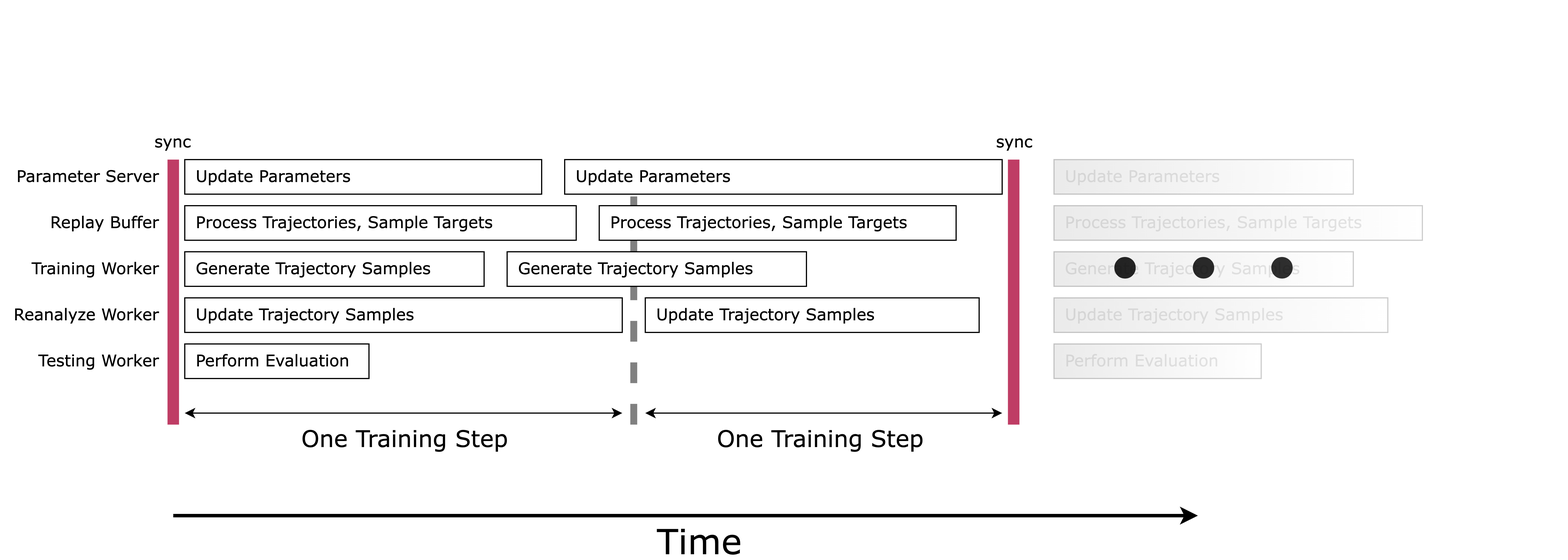
Before: assets/training_step.png, a diagram exported from draw.io (uduse/moozi-thesis). Source tidied: cells renumbered, new cells last; positions are measured from the earlier drawing's top-left corner, leaving out a move shared by most shapes.
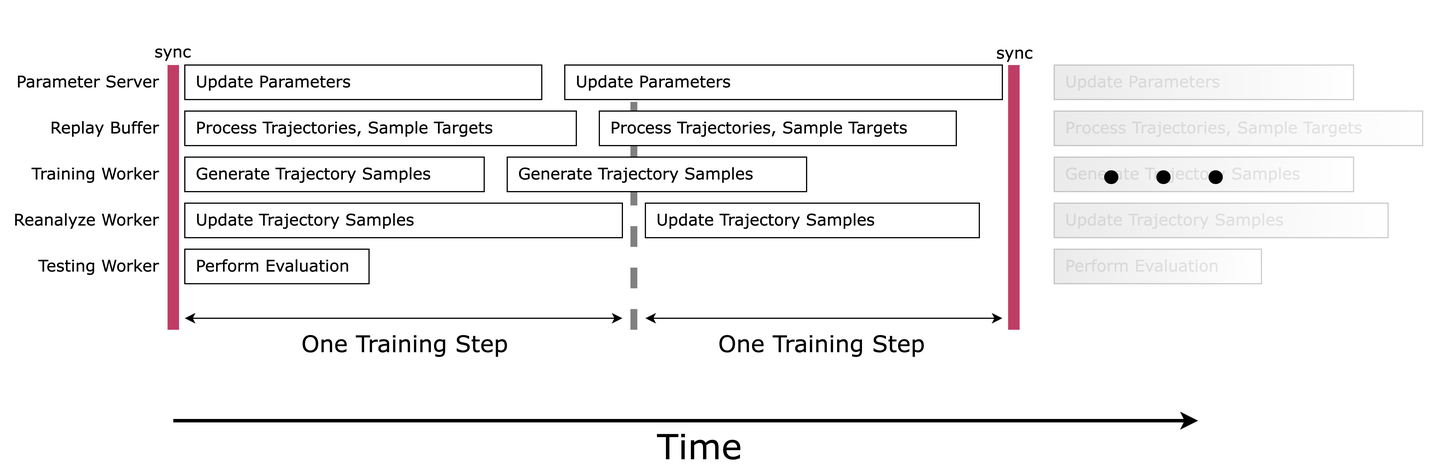
After the change.

Diff of the diagram source:
```diff
@@ -90,19 +90,13 @@
       </mxGeometry>
     </mxCell>
     <mxCell id="24" value="sync" style="text;html=1;strokeColor=none;fillColor=none;align=center;verticalAlign=middle;whiteSpace=wrap;rounded=0;fontFamily=Verdana;fontSize=14;fontStyle=0;" parent="1" vertex="1">
-      <mxGeometry x="130" width="40" height="30" as="geometry" />
+      <mxGeometry x="130" y="14" width="40" height="10" as="geometry" />
     </mxCell>
     <mxCell id="25" value="sync" style="text;html=1;strokeColor=none;fillColor=none;align=center;verticalAlign=middle;whiteSpace=wrap;rounded=0;fontFamily=Verdana;fontSize=14;fontStyle=0;" parent="1" vertex="1">
-      <mxGeometry x="861" width="40" height="30" as="geometry" />
+      <mxGeometry x="861" y="14" width="40" height="11" as="geometry" />
     </mxCell>
-    <mxCell id="26" style="group;" parent="1" vertex="1">
-      <mxGeometry x="730" y="10" width="630" height="210" as="geometry" />
-    </mxCell>
-    <mxCell id="27" value="$$\dots$$" style="text;html=1;align=center;verticalAlign=middle;strokeColor=none;fillColor=none;fontSize=120;fontFamily=Verdana;fontStyle=0;" parent="26" vertex="1">
-      <mxGeometry width="630" height="150" as="geometry" />
-    </mxCell>
-    <mxCell id="28" style="group;" parent="26" vertex="1">
-      <mxGeometry x="185" y="20" width="320" height="190" as="geometry" />
+    <mxCell id="28" style="group;" parent="1" vertex="1">
+      <mxGeometry x="915" y="30" width="345" height="190" as="geometry" />
     </mxCell>
     <mxCell id="29" value="Generate Trajectory Samples" style="whiteSpace=wrap;html=1;fontFamily=Verdana;fontSize=14;align=left;spacingLeft=8;shadow=0;rounded=0;gradientColor=#999999;labelBackgroundColor=none;textOpacity=10;opacity=20;strokeColor=default;gradientDirection=west;strokeWidth=0;fontStyle=0;" parent="28" vertex="1">
       <mxGeometry y="80" width="260" height="30" as="geometry" />
@@ -119,10 +113,13 @@
     <mxCell id="33" value="Perform Evaluation" style="whiteSpace=wrap;html=1;fontFamily=Verdana;fontSize=14;align=left;spacingLeft=8;shadow=0;rounded=0;gradientColor=#999999;labelBackgroundColor=none;textOpacity=10;opacity=20;strokeColor=default;gradientDirection=west;strokeWidth=0;fontStyle=0;" parent="28" vertex="1">
       <mxGeometry y="160" width="180" height="30" as="geometry" />
     </mxCell>
+    <mxCell id="27" value="$$\dots$$" style="text;html=1;align=center;verticalAlign=middle;strokeColor=none;fillColor=none;fontSize=80;fontFamily=Verdana;fontStyle=0;" parent="28" vertex="1">
+      <mxGeometry x="-120" y="22" width="430" height="100" as="geometry" />
+    </mxCell>
-    <mxCell id="34" style="endArrow=none;html=1;strokeWidth=10;fontFamily=Verdana;fontSize=14;align=left;fontColor=none;noLabel=1;labelBackgroundColor=none;strokeColor=#BF3D65;fontStyle=0;" parent="26" edge="1">
+    <mxCell id="34" style="endArrow=none;html=1;strokeWidth=10;fontFamily=Verdana;fontSize=14;align=left;fontColor=none;noLabel=1;labelBackgroundColor=none;strokeColor=#BF3D65;fontStyle=0;" parent="1" edge="1">
       <mxGeometry relative="1" as="geometry">
-        <mxPoint x="150" y="250" as="sourcePoint" />
-        <mxPoint x="150" y="20" as="targetPoint" />
+        <mxPoint x="880" y="260" as="sourcePoint" />
+        <mxPoint x="880" y="30" as="targetPoint" />
       </mxGeometry>
     </mxCell>
   </root>
```
